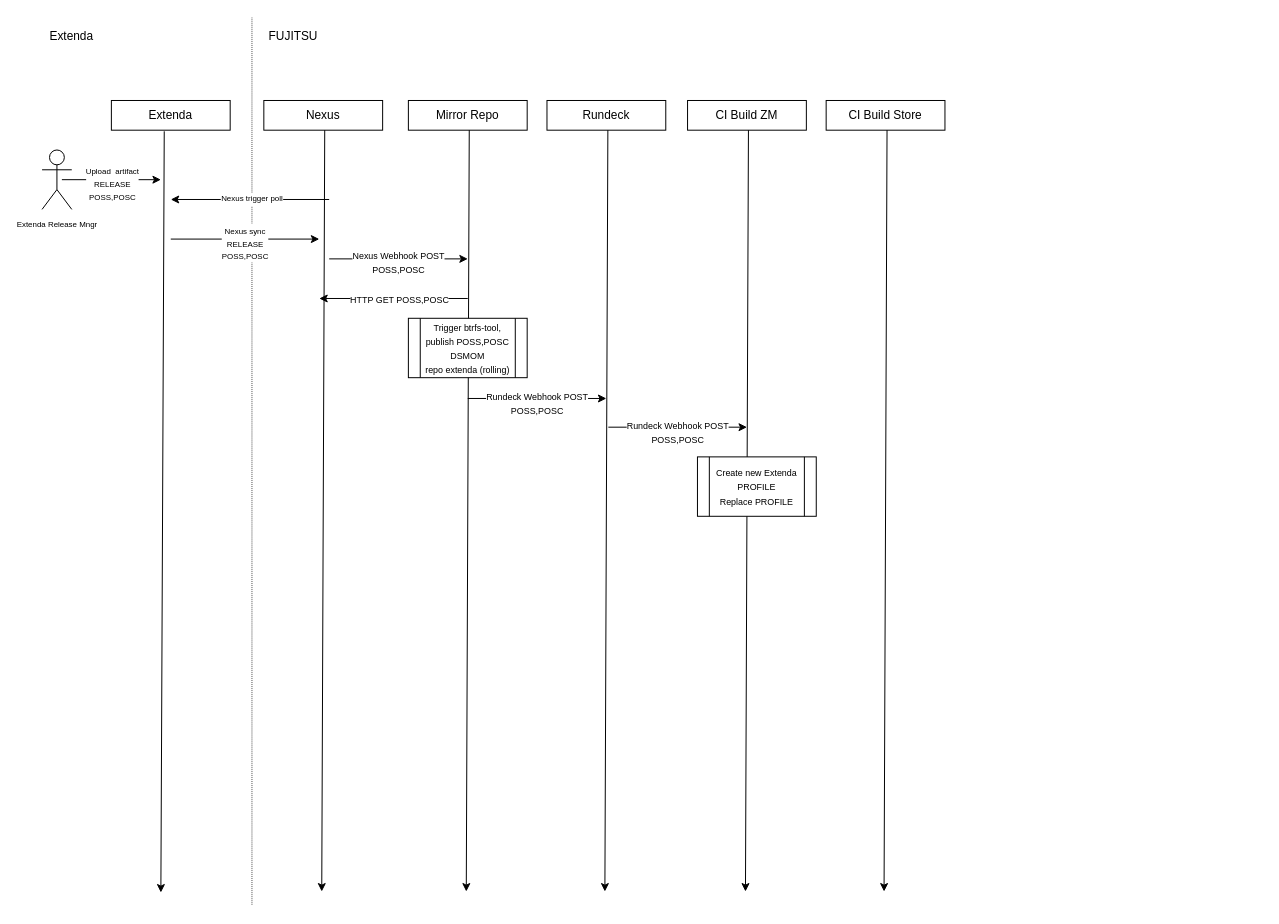
Before: Untitled Diagram.drawio in oskarahner/oskarahner, a draw.io diagram. Source tidied: cells renumbered, new cells numbered last; positions are measured from the earlier drawing's top-left corner, leaving out a move shared by most shapes. Both pictures are drawn from the tidied source at 99%, with x=0, y=0 at pixel (42, 17).
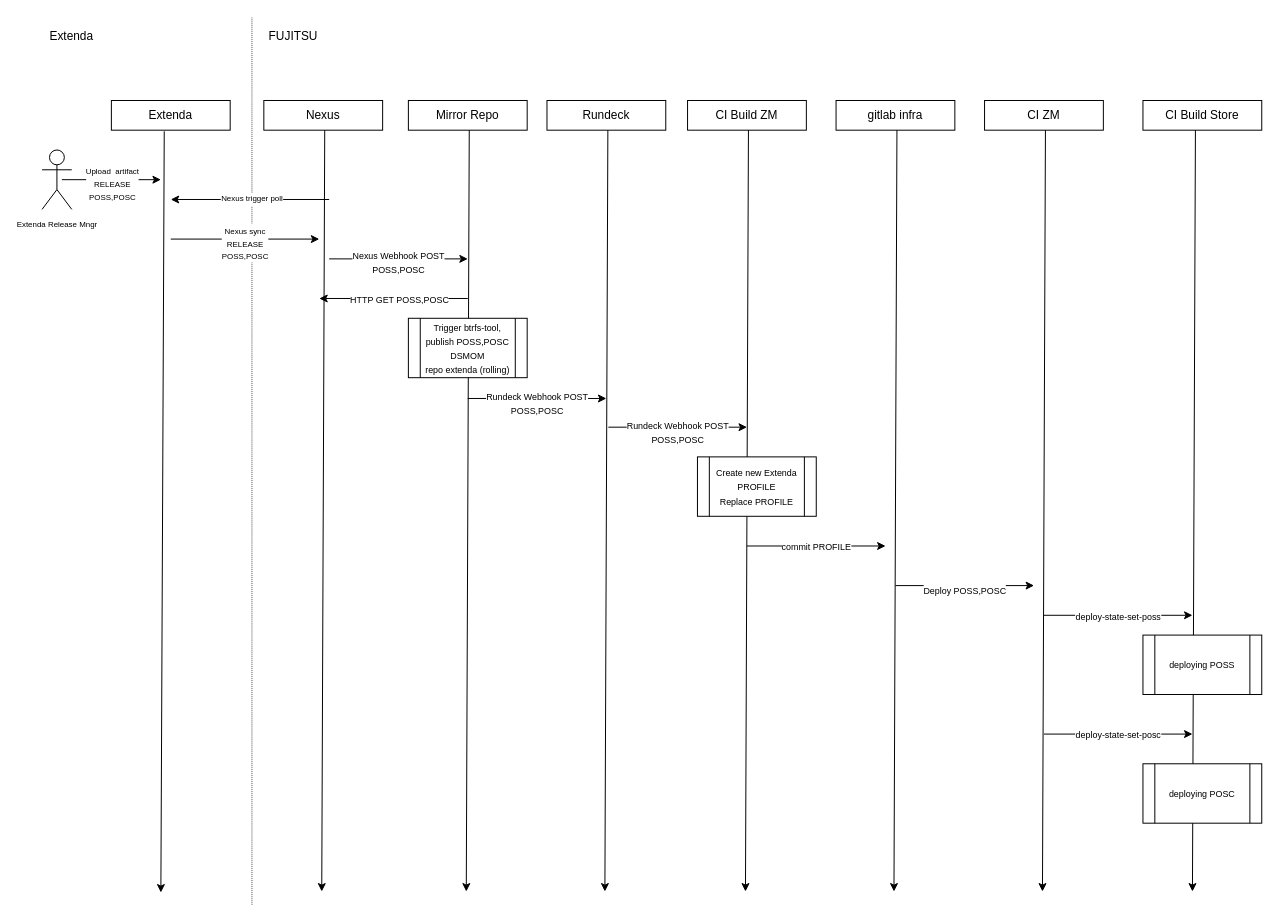
The same diagram, later.

Diff of the diagram source:
```diff
@@
     <mxCell id="27" value="CI Build Store" style="rounded=0;whiteSpace=wrap;html=1;" parent="1" vertex="1">
-      <mxGeometry x="792" y="84" width="120" height="30" as="geometry" />
+      <mxGeometry x="1112" y="84" width="120" height="30" as="geometry" />
     </mxCell>
@@
     <mxCell id="30" style="endArrow=classic;html=1;rounded=0;exitX=0.445;exitY=1.037;exitDx=0;exitDy=0;exitPerimeter=0;" parent="1" edge="1">
       <mxGeometry relative="1" as="geometry">
-        <mxPoint x="853.5" y="114" as="sourcePoint" />
-        <mxPoint x="850.5" y="883" as="targetPoint" />
+        <mxPoint x="1165" y="114" as="sourcePoint" />
+        <mxPoint x="1162" y="883" as="targetPoint" />
       </mxGeometry>
     </mxCell>
@@
+    <mxCell id="34" value="gitlab infra" style="rounded=0;whiteSpace=wrap;html=1;" parent="1" vertex="1">
+      <mxGeometry x="802" y="84" width="120" height="30" as="geometry" />
+    </mxCell>
+    <mxCell id="35" style="endArrow=classic;html=1;rounded=0;exitX=0.445;exitY=1.037;exitDx=0;exitDy=0;exitPerimeter=0;" parent="1" edge="1">
+      <mxGeometry relative="1" as="geometry">
+        <mxPoint x="863.5" y="114" as="sourcePoint" />
+        <mxPoint x="860.5" y="883" as="targetPoint" />
+      </mxGeometry>
+    </mxCell>
+    <mxCell id="36" style="endArrow=classic;html=1;rounded=0;" parent="1" edge="1">
+      <mxGeometry relative="1" as="geometry">
+        <mxPoint x="712" y="534" as="sourcePoint" />
+        <mxPoint x="852" y="534" as="targetPoint" />
+      </mxGeometry>
+    </mxCell>
+    <mxCell id="37" value="&lt;font style=&quot;font-size: 9px;&quot;&gt;commit PROFILE&lt;/font&gt;" style="edgeLabel;html=1;align=center;verticalAlign=middle;" parent="36" vertex="1">
+      <mxGeometry x="-0.01" y="-3" relative="1" as="geometry">
+        <mxPoint y="-3" as="offset" />
+      </mxGeometry>
+    </mxCell>
+    <mxCell id="38" value="CI ZM" style="rounded=0;whiteSpace=wrap;html=1;" parent="1" vertex="1">
+      <mxGeometry x="952" y="84" width="120" height="30" as="geometry" />
+    </mxCell>
+    <mxCell id="39" style="endArrow=classic;html=1;rounded=0;exitX=0.445;exitY=1.037;exitDx=0;exitDy=0;exitPerimeter=0;" parent="1" edge="1">
+      <mxGeometry relative="1" as="geometry">
+        <mxPoint x="1013.5" y="114" as="sourcePoint" />
+        <mxPoint x="1010.5" y="883" as="targetPoint" />
+      </mxGeometry>
+    </mxCell>
+    <mxCell id="40" style="endArrow=classic;html=1;rounded=0;" parent="1" edge="1">
+      <mxGeometry relative="1" as="geometry">
+        <mxPoint x="862" y="574" as="sourcePoint" />
+        <mxPoint x="1002" y="574" as="targetPoint" />
+      </mxGeometry>
+    </mxCell>
+    <mxCell id="41" value="&lt;font style=&quot;font-size: 9px;&quot;&gt;Deploy POSS,POSC&lt;/font&gt;" style="edgeLabel;html=1;align=center;verticalAlign=middle;" parent="40" vertex="1">
+      <mxGeometry x="-0.01" y="-3" relative="1" as="geometry">
+        <mxPoint y="1" as="offset" />
+      </mxGeometry>
+    </mxCell>
+    <mxCell id="42" value="&lt;div&gt;&lt;font style=&quot;font-size: 9px;&quot;&gt;&lt;font&gt;deploying POSS&lt;/font&gt;&lt;/font&gt;&lt;/div&gt;" style="shape=process;whiteSpace=wrap;html=1;backgroundOutline=1;" parent="1" vertex="1">
+      <mxGeometry x="1112" y="624" width="120" height="60" as="geometry" />
+    </mxCell>
+    <mxCell id="43" style="endArrow=classic;html=1;rounded=0;" parent="1" edge="1">
+      <mxGeometry relative="1" as="geometry">
+        <mxPoint x="1012" y="604" as="sourcePoint" />
+        <mxPoint x="1162" y="604" as="targetPoint" />
+      </mxGeometry>
+    </mxCell>
+    <mxCell id="44" value="&lt;font style=&quot;font-size: 9px;&quot;&gt;deploy-state-set-poss&lt;/font&gt;" style="edgeLabel;html=1;align=center;verticalAlign=middle;" parent="43" vertex="1">
+      <mxGeometry x="-0.01" y="-3" relative="1" as="geometry">
+        <mxPoint y="-3" as="offset" />
+      </mxGeometry>
+    </mxCell>
+    <mxCell id="45" style="endArrow=classic;html=1;rounded=0;" parent="1" edge="1">
+      <mxGeometry relative="1" as="geometry">
+        <mxPoint x="1012" y="724" as="sourcePoint" />
+        <mxPoint x="1162" y="724" as="targetPoint" />
+      </mxGeometry>
+    </mxCell>
+    <mxCell id="46" value="&lt;font style=&quot;font-size: 9px;&quot;&gt;deploy-state-set-posc&lt;/font&gt;" style="edgeLabel;html=1;align=center;verticalAlign=middle;" parent="45" vertex="1">
+      <mxGeometry x="-0.01" y="-3" relative="1" as="geometry">
+        <mxPoint y="-4" as="offset" />
+      </mxGeometry>
+    </mxCell>
+    <mxCell id="47" value="&lt;div&gt;&lt;font style=&quot;font-size: 9px;&quot;&gt;&lt;font&gt;deploying POSC&lt;/font&gt;&lt;/font&gt;&lt;/div&gt;" style="shape=process;whiteSpace=wrap;html=1;backgroundOutline=1;" parent="1" vertex="1">
+      <mxGeometry x="1112" y="754" width="120" height="60" as="geometry" />
+    </mxCell>
```
